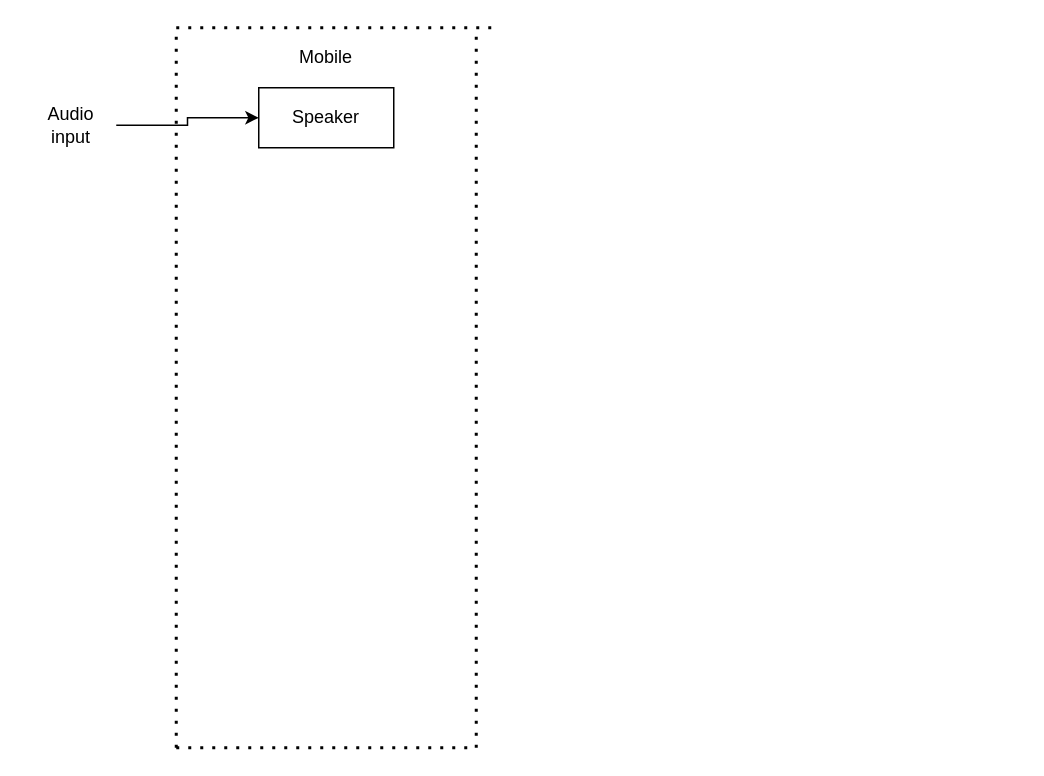
This is correctedVersion.drawio from ahmad2001hotmailyahoo/ahmad-arc, a draw.io file, before an edit. Source tidied: cells renumbered, new cells numbered last; positions are measured from the earlier drawing's top-left corner, leaving out a move shared by most shapes. Both pictures are drawn from the tidied source at 150%, with x=0, y=0 at pixel (26, 27).
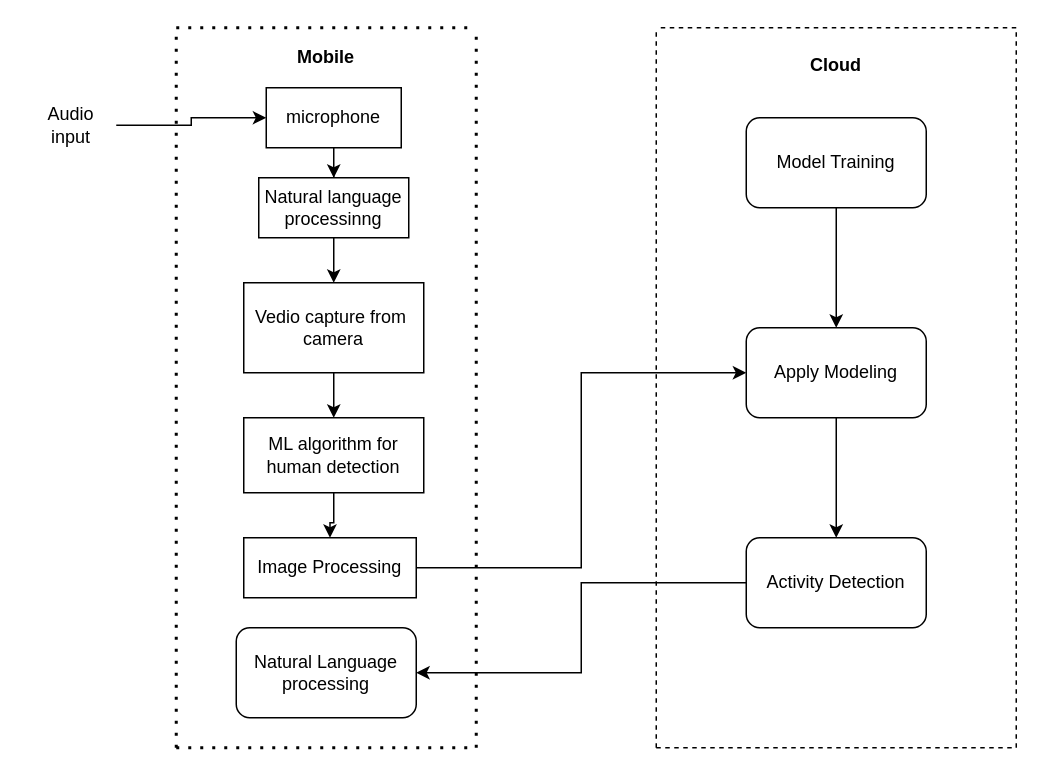
The same diagram, later.

Diff of the diagram source:
```diff
@@
     <mxCell id="4" style="endArrow=none;dashed=1;html=1;dashPattern=1 3;strokeWidth=2;rounded=0;" parent="1" edge="1">
       <mxGeometry relative="1" as="geometry">
         <mxPoint x="100" as="sourcePoint" />
-        <mxPoint x="310" as="targetPoint" />
+        <mxPoint x="300" as="targetPoint" />
       </mxGeometry>
     </mxCell>
@@
-    <mxCell id="6" value="Mobile" style="text;html=1;strokeColor=none;fillColor=none;align=center;verticalAlign=middle;whiteSpace=wrap;rounded=0;" parent="1" vertex="1">
+    <mxCell id="6" value="&lt;b&gt;Mobile&lt;/b&gt;" style="text;html=1;strokeColor=none;fillColor=none;align=center;verticalAlign=middle;whiteSpace=wrap;rounded=0;" parent="1" vertex="1">
       <mxGeometry x="170" y="10" width="60" height="20" as="geometry" />
     </mxCell>
@@
+    <mxCell id="10" style="edgeStyle=orthogonalEdgeStyle;rounded=0;jettySize=auto;html=1;" parent="1" edge="1" source="9" target="12">
+      <mxGeometry relative="1" as="geometry" />
+    </mxCell>
-    <mxCell id="9" value="Speaker" style="rounded=0;whiteSpace=wrap;html=1;" parent="1" vertex="1">
-      <mxGeometry x="155" y="40" width="90" height="40" as="geometry" />
+    <mxCell id="9" value="microphone" style="rounded=0;whiteSpace=wrap;html=1;" parent="1" vertex="1">
+      <mxGeometry x="160" y="40" width="90" height="40" as="geometry" />
     </mxCell>
+    <mxCell id="11" style="edgeStyle=orthogonalEdgeStyle;rounded=0;jettySize=auto;html=1;" parent="1" edge="1" source="12" target="14">
+      <mxGeometry relative="1" as="geometry" />
+    </mxCell>
+    <mxCell id="12" value="Natural language processinng" style="whiteSpace=wrap;html=1;rounded=0;" parent="1" vertex="1">
+      <mxGeometry x="155" y="100" width="100" height="40" as="geometry" />
+    </mxCell>
+    <mxCell id="13" style="edgeStyle=orthogonalEdgeStyle;rounded=0;jettySize=auto;html=1;" parent="1" edge="1" source="14" target="16">
+      <mxGeometry relative="1" as="geometry" />
+    </mxCell>
+    <mxCell id="14" value="Vedio capture from&amp;nbsp;&lt;br&gt;camera" style="whiteSpace=wrap;html=1;rounded=0;" parent="1" vertex="1">
+      <mxGeometry x="145" y="170" width="120" height="60" as="geometry" />
+    </mxCell>
+    <mxCell id="15" style="edgeStyle=orthogonalEdgeStyle;rounded=0;jettySize=auto;html=1;" parent="1" edge="1" source="16" target="18">
+      <mxGeometry relative="1" as="geometry" />
+    </mxCell>
+    <mxCell id="16" value="ML algorithm for human detection" style="whiteSpace=wrap;html=1;rounded=0;" parent="1" vertex="1">
+      <mxGeometry x="145" y="260" width="120" height="50" as="geometry" />
+    </mxCell>
+    <mxCell id="17" style="edgeStyle=orthogonalEdgeStyle;rounded=0;jettySize=auto;html=1;entryX=0;entryY=0.5;entryDx=0;entryDy=0;" parent="1" edge="1" source="18" target="27">
+      <mxGeometry relative="1" as="geometry" />
+    </mxCell>
+    <mxCell id="18" value="Image Processing" style="whiteSpace=wrap;html=1;rounded=0;" parent="1" vertex="1">
+      <mxGeometry x="145" y="340" width="115" height="40" as="geometry" />
+    </mxCell>
+    <mxCell id="19" style="endArrow=none;dashed=1;html=1;rounded=0;" parent="1" edge="1">
+      <mxGeometry relative="1" as="geometry">
+        <mxPoint x="420" y="480" as="sourcePoint" />
+        <mxPoint x="420" as="targetPoint" />
+      </mxGeometry>
+    </mxCell>
+    <mxCell id="20" style="endArrow=none;dashed=1;html=1;rounded=0;" parent="1" edge="1">
+      <mxGeometry relative="1" as="geometry">
+        <mxPoint x="420" y="480" as="sourcePoint" />
+        <mxPoint x="660" y="480" as="targetPoint" />
+      </mxGeometry>
+    </mxCell>
+    <mxCell id="21" style="endArrow=none;dashed=1;html=1;rounded=0;" parent="1" edge="1">
+      <mxGeometry relative="1" as="geometry">
+        <mxPoint x="660" y="480" as="sourcePoint" />
+        <mxPoint x="660" as="targetPoint" />
+      </mxGeometry>
+    </mxCell>
+    <mxCell id="22" style="endArrow=none;dashed=1;html=1;rounded=0;" parent="1" edge="1">
+      <mxGeometry relative="1" as="geometry">
+        <mxPoint x="660" as="sourcePoint" />
+        <mxPoint x="420" as="targetPoint" />
+      </mxGeometry>
+    </mxCell>
+    <mxCell id="23" value="&lt;b&gt;Cloud&lt;/b&gt;" style="text;html=1;strokeColor=none;fillColor=none;align=center;verticalAlign=middle;whiteSpace=wrap;rounded=0;" parent="1" vertex="1">
+      <mxGeometry x="510" y="10" width="60" height="30" as="geometry" />
+    </mxCell>
+    <mxCell id="24" style="edgeStyle=orthogonalEdgeStyle;rounded=0;jettySize=auto;html=1;" parent="1" edge="1" source="25" target="27">
+      <mxGeometry relative="1" as="geometry" />
+    </mxCell>
+    <mxCell id="25" value="Model Training" style="rounded=1;whiteSpace=wrap;html=1;" parent="1" vertex="1">
+      <mxGeometry x="480" y="60" width="120" height="60" as="geometry" />
+    </mxCell>
+    <mxCell id="26" style="edgeStyle=orthogonalEdgeStyle;rounded=0;jettySize=auto;html=1;" parent="1" edge="1" source="27" target="29">
+      <mxGeometry relative="1" as="geometry" />
+    </mxCell>
+    <mxCell id="27" value="Apply Modeling" style="whiteSpace=wrap;html=1;rounded=1;" parent="1" vertex="1">
+      <mxGeometry x="480" y="200" width="120" height="60" as="geometry" />
+    </mxCell>
+    <mxCell id="28" style="edgeStyle=orthogonalEdgeStyle;rounded=0;jettySize=auto;html=1;" parent="1" edge="1" source="29" target="30">
+      <mxGeometry relative="1" as="geometry" />
+    </mxCell>
+    <mxCell id="29" value="Activity Detection" style="whiteSpace=wrap;html=1;rounded=1;" parent="1" vertex="1">
+      <mxGeometry x="480" y="340" width="120" height="60" as="geometry" />
+    </mxCell>
+    <mxCell id="30" value="Natural Language processing" style="whiteSpace=wrap;html=1;rounded=1;" parent="1" vertex="1">
+      <mxGeometry x="140" y="400" width="120" height="60" as="geometry" />
+    </mxCell>
```
